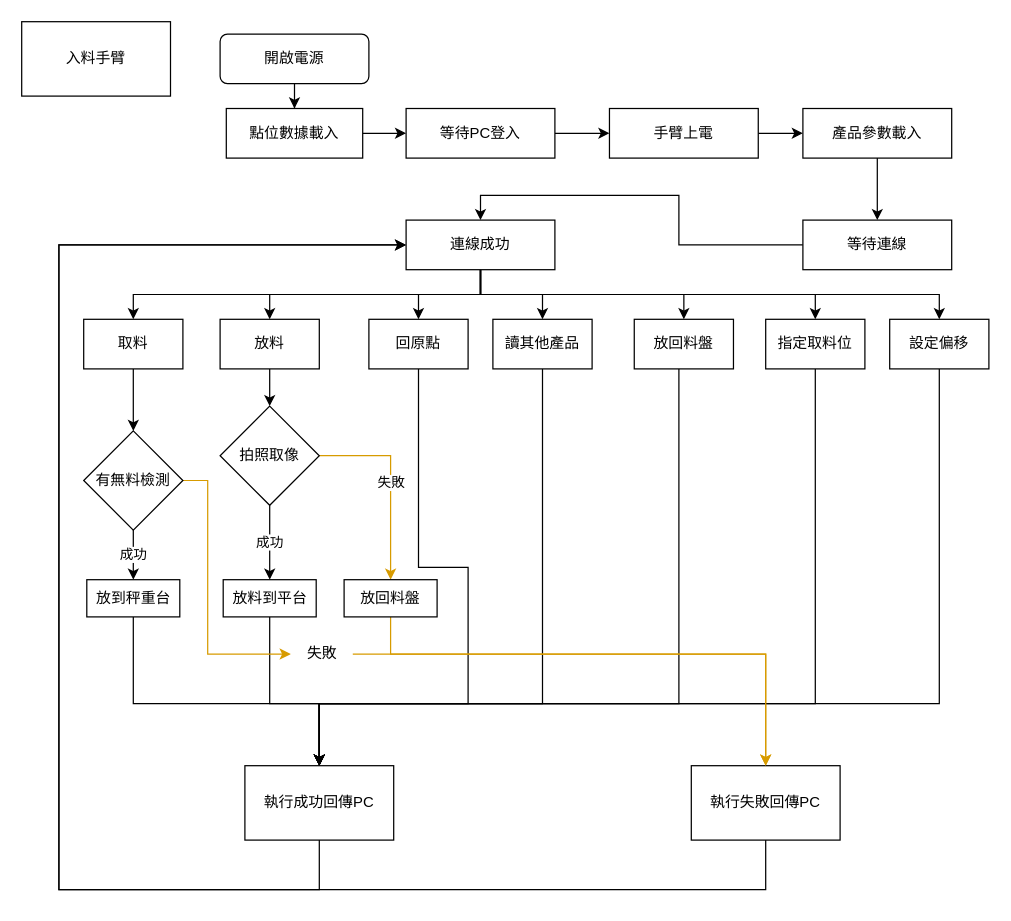
Earlier version of the draw.io diagram page "Page-1" (1 of 6) of 未命名绘图.drawio (RickLin19921104/murder). Source tidied: cells renumbered, new cells numbered last; positions are measured from the earlier drawing's top-left corner, leaving out a move shared by most shapes. Both pictures are drawn from the tidied source at 124%, with x=0, y=0 at pixel (21, 21).
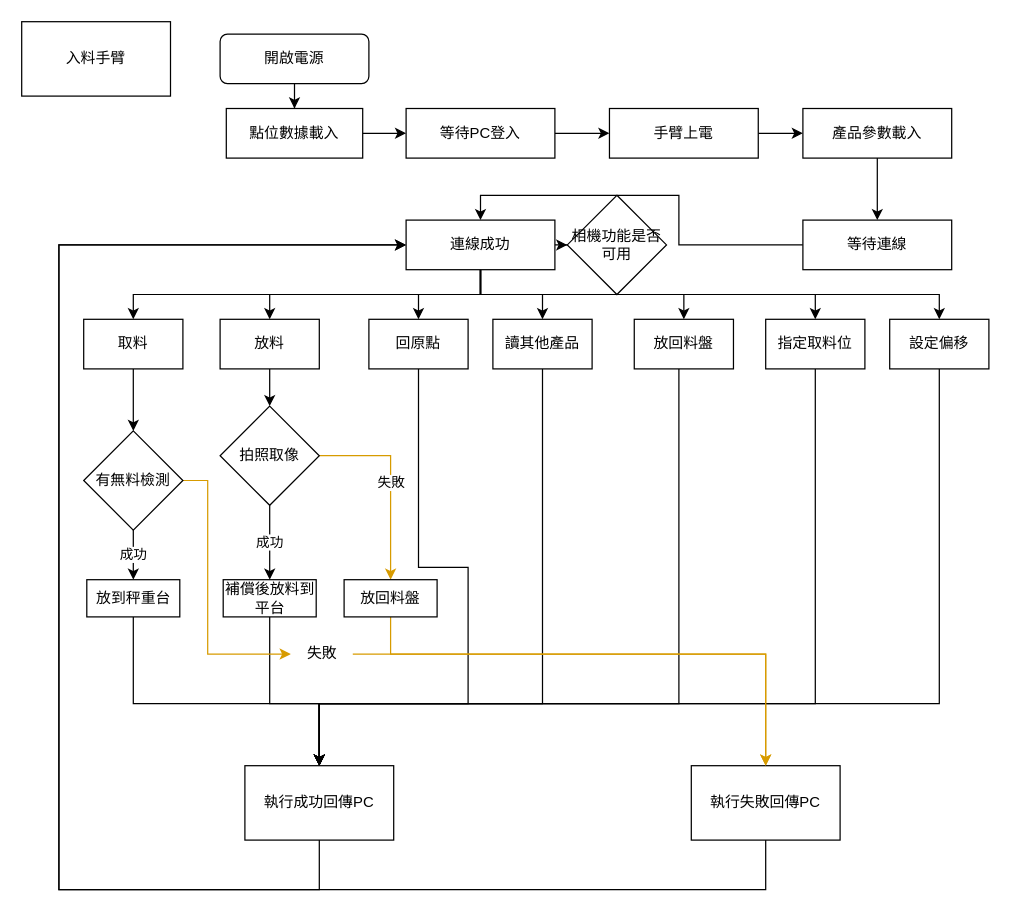
The same page after the edit.

Unchanged cells that the change refers to:
```xml
<mxCell id="19" value="連線成功" style="rounded=0;whiteSpace=wrap;html=1;" parent="1" vertex="1">
  <mxGeometry x="310" y="160" width="120" height="40" as="geometry" />
</mxCell>
```

The edit, as a diff of the source:
```diff
@@
+    <mxCell id="55" style="edgeStyle=orthogonalEdgeStyle;rounded=0;jettySize=auto;html=1;" parent="1" edge="1" source="19" target="56">
+      <mxGeometry relative="1" as="geometry" />
+    </mxCell>
@@
-    <mxCell id="43" value="放料到平台" style="rounded=0;whiteSpace=wrap;html=1;" parent="1" vertex="1">
+    <mxCell id="43" value="補償後放料到平台" style="rounded=0;whiteSpace=wrap;html=1;" parent="1" vertex="1">
       <mxGeometry x="162.5" y="450" width="75" height="30" as="geometry" />
     </mxCell>
@@
+    <mxCell id="56" value="相機功能是否可用" style="rhombus;whiteSpace=wrap;html=1;rounded=0;" parent="1" vertex="1">
+      <mxGeometry x="440" y="140" width="80" height="80" as="geometry" />
+    </mxCell>
```
